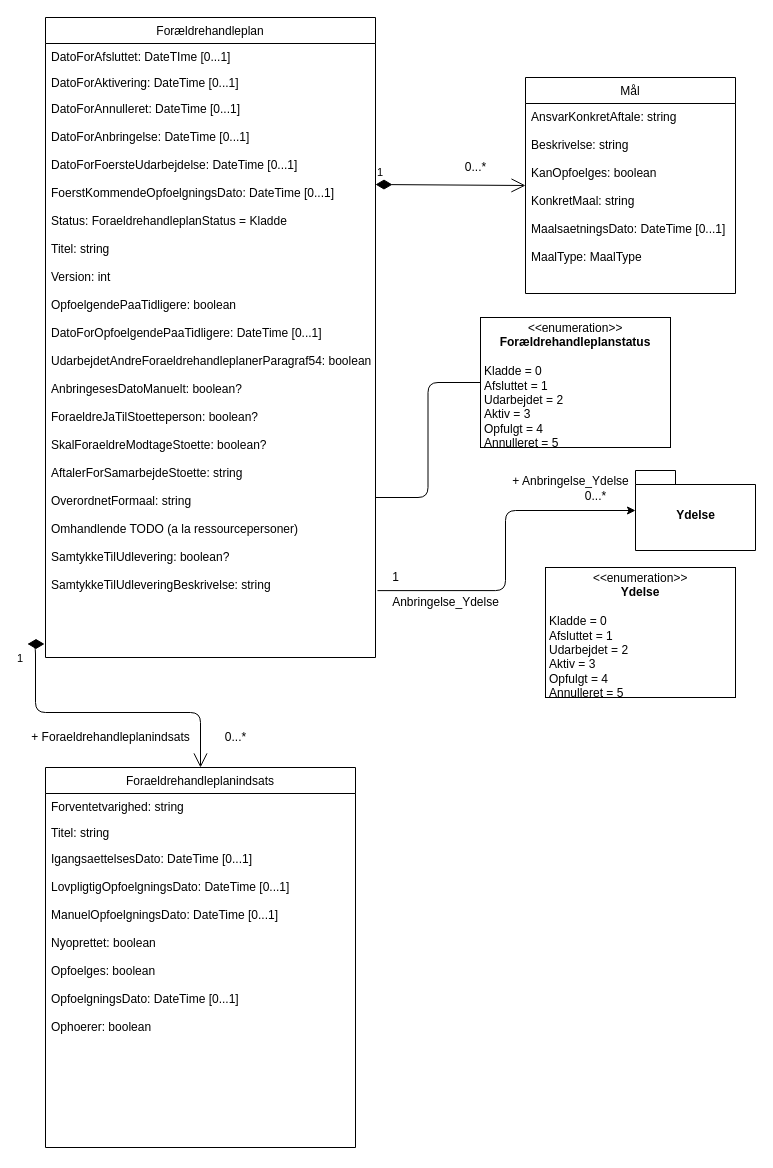
This is Untitled Diagram.drawio from DanielMikkelsen/CompanyCarpool, a draw.io file, before an edit. Source tidied: cells renumbered, new cells numbered last; positions are measured from the earlier drawing's top-left corner, leaving out a move shared by most shapes. Both pictures are drawn from the tidied source at 100%, with x=0, y=0 at pixel (25, 17).
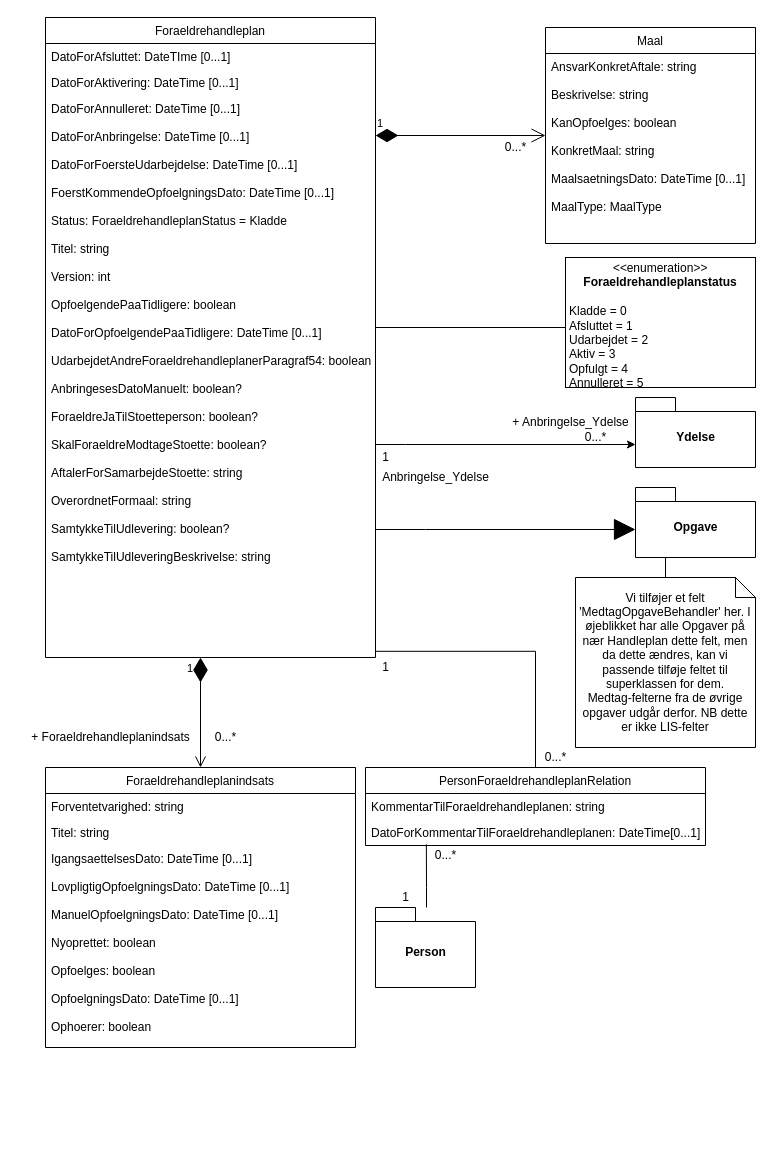
After the change.

The edit, as a diff of the source:
```diff
@@
-    <mxCell id="2" value="Forældrehandleplan" style="swimlane;fontStyle=0;align=center;verticalAlign=top;horizontal=1;startSize=26;rounded=0;shadow=0;strokeWidth=1;" parent="1" vertex="1">
+    <mxCell id="2" value="Foraeldrehandleplan" style="swimlane;fontStyle=0;align=center;verticalAlign=top;horizontal=1;startSize=26;rounded=0;shadow=0;strokeWidth=1;" parent="1" vertex="1">
       <mxGeometry x="20" width="330" height="640" as="geometry" />
     </mxCell>
@@
-    <mxCell id="5" value="DatoForAnnulleret: DateTime [0...1]&#10;&#10;DatoForAnbringelse: DateTime [0...1]&#10;&#10;DatoForFoersteUdarbejdelse: DateTime [0...1]&#10;&#10;FoerstKommendeOpfoelgningsDato: DateTime [0...1]&#10;&#10;Status: ForaeldrehandleplanStatus = Kladde&#10;&#10;Titel: string&#10;&#10;Version: int&#10;&#10;OpfoelgendePaaTidligere: boolean&#10;&#10;DatoForOpfoelgendePaaTidligere: DateTime [0...1]&#10;&#10;UdarbejdetAndreForaeldrehandleplanerParagraf54: boolean&#10;&#10;AnbringesesDatoManuelt: boolean?&#10;&#10;ForaeldreJaTilStoetteperson: boolean?&#10;&#10;SkalForaeldreModtageStoette: boolean?&#10;&#10;AftalerForSamarbejdeStoette: string&#10;&#10;OverordnetFormaal: string&#10;&#10;Omhandlende TODO (a la ressourcepersoner)&#10;&#10;SamtykkeTilUdlevering: boolean?&#10;&#10;SamtykkeTilUdleveringBeskrivelse: string&#10;&#10;" style="text;align=left;verticalAlign=top;spacingLeft=4;spacingRight=4;overflow=hidden;points=[[0,0.5],[1,0.5]];portConstraint=eastwest;rounded=0;shadow=0;html=0;" parent="2" vertex="1">
+    <mxCell id="5" value="DatoForAnnulleret: DateTime [0...1]&#10;&#10;DatoForAnbringelse: DateTime [0...1]&#10;&#10;DatoForFoersteUdarbejdelse: DateTime [0...1]&#10;&#10;FoerstKommendeOpfoelgningsDato: DateTime [0...1]&#10;&#10;Status: ForaeldrehandleplanStatus = Kladde&#10;&#10;Titel: string&#10;&#10;Version: int&#10;&#10;OpfoelgendePaaTidligere: boolean&#10;&#10;DatoForOpfoelgendePaaTidligere: DateTime [0...1]&#10;&#10;UdarbejdetAndreForaeldrehandleplanerParagraf54: boolean&#10;&#10;AnbringesesDatoManuelt: boolean?&#10;&#10;ForaeldreJaTilStoetteperson: boolean?&#10;&#10;SkalForaeldreModtageStoette: boolean?&#10;&#10;AftalerForSamarbejdeStoette: string&#10;&#10;OverordnetFormaal: string&#10;&#10;SamtykkeTilUdlevering: boolean?&#10;&#10;SamtykkeTilUdleveringBeskrivelse: string&#10;&#10;" style="text;align=left;verticalAlign=top;spacingLeft=4;spacingRight=4;overflow=hidden;points=[[0,0.5],[1,0.5]];portConstraint=eastwest;rounded=0;shadow=0;html=0;" parent="2" vertex="1">
       <mxGeometry y="78" width="330" height="562" as="geometry" />
     </mxCell>
-    <mxCell id="6" value="Mål" style="swimlane;fontStyle=0;align=center;verticalAlign=top;horizontal=1;startSize=26;rounded=0;shadow=0;strokeWidth=1;" parent="1" vertex="1">
-      <mxGeometry x="500" y="60" width="210" height="216" as="geometry" />
+    <mxCell id="6" value="Maal" style="swimlane;fontStyle=0;align=center;verticalAlign=top;horizontal=1;startSize=26;rounded=0;shadow=0;strokeWidth=1;" parent="1" vertex="1">
+      <mxGeometry x="520" y="10" width="210" height="216" as="geometry" />
     </mxCell>
@@
-    <mxCell id="8" value="1" style="endArrow=open;html=1;endSize=12;startArrow=diamondThin;startSize=14;startFill=1;edgeStyle=orthogonalEdgeStyle;align=left;verticalAlign=bottom;rounded=0;entryX=0;entryY=0.5;entryDx=0;entryDy=0;" parent="6" edge="1" target="6">
-      <mxGeometry x="-1" y="3" relative="1" as="geometry">
-        <mxPoint x="-150" y="107" as="sourcePoint" />
-      </mxGeometry>
-    </mxCell>
     <mxCell id="9" value="0...*" style="text;html=1;align=center;verticalAlign=middle;" parent="1" vertex="1">
-      <mxGeometry x="430" y="140" width="40" height="20" as="geometry" />
+      <mxGeometry x="470" y="120" width="40" height="20" as="geometry" />
     </mxCell>
-    <mxCell id="10" style="edgeStyle=orthogonalEdgeStyle;rounded=1;jettySize=auto;html=1;entryX=1;entryY=0.75;entryDx=0;entryDy=0;endArrow=none;endFill=0;" parent="1" edge="1" source="11" target="2">
-      <mxGeometry relative="1" as="geometry" />
+    <mxCell id="10" style="edgeStyle=orthogonalEdgeStyle;rounded=0;jettySize=auto;html=1;entryX=1;entryY=0.75;entryDx=0;entryDy=0;endArrow=none;endFill=0;" parent="1" edge="1" source="11" target="2">
+      <mxGeometry relative="1" as="geometry">
+        <Array as="points">
+          <mxPoint x="350" y="310" />
+        </Array>
+      </mxGeometry>
     </mxCell>
-    <mxCell id="11" value="&lt;p style=&quot;margin: 0px ; margin-top: 4px ; text-align: center&quot;&gt;&lt;i&gt;&amp;lt;&amp;lt;&lt;/i&gt;enumeration&lt;i&gt;&amp;gt;&amp;gt;&lt;/i&gt;&lt;br&gt;&lt;/p&gt;&lt;b&gt;&lt;div style=&quot;text-align: center&quot;&gt;&lt;b&gt;Forældrehandleplanstatus&lt;/b&gt;&lt;/div&gt;&lt;/b&gt;&lt;p style=&quot;margin: 0px ; margin-left: 4px&quot;&gt;&lt;br&gt;&lt;/p&gt;&lt;p style=&quot;margin: 0px ; margin-left: 4px&quot;&gt;Kladde = 0&lt;br&gt;Afsluttet = 1&lt;/p&gt;&lt;p style=&quot;margin: 0px ; margin-left: 4px&quot;&gt;Udarbejdet = 2&lt;/p&gt;&lt;p style=&quot;margin: 0px ; margin-left: 4px&quot;&gt;Aktiv = 3&lt;/p&gt;&lt;p style=&quot;margin: 0px ; margin-left: 4px&quot;&gt;Opfulgt = 4&lt;/p&gt;&lt;p style=&quot;margin: 0px ; margin-left: 4px&quot;&gt;Annulleret = 5&lt;/p&gt;&lt;hr size=&quot;1&quot;&gt;&lt;p style=&quot;margin: 0px ; margin-left: 4px&quot;&gt;&lt;br&gt;&lt;/p&gt;" style="verticalAlign=top;align=left;overflow=fill;fontSize=12;fontFamily=Helvetica;html=1;" parent="1" vertex="1">
-      <mxGeometry x="455" y="300" width="190" height="130" as="geometry" />
+    <mxCell id="11" value="&lt;p style=&quot;margin: 0px ; margin-top: 4px ; text-align: center&quot;&gt;&lt;i&gt;&amp;lt;&amp;lt;&lt;/i&gt;enumeration&lt;i&gt;&amp;gt;&amp;gt;&lt;/i&gt;&lt;br&gt;&lt;/p&gt;&lt;b&gt;&lt;div style=&quot;text-align: center&quot;&gt;&lt;b&gt;Foraeldrehandleplanstatus&lt;/b&gt;&lt;/div&gt;&lt;/b&gt;&lt;p style=&quot;margin: 0px ; margin-left: 4px&quot;&gt;&lt;br&gt;&lt;/p&gt;&lt;p style=&quot;margin: 0px ; margin-left: 4px&quot;&gt;Kladde = 0&lt;br&gt;Afsluttet = 1&lt;/p&gt;&lt;p style=&quot;margin: 0px ; margin-left: 4px&quot;&gt;Udarbejdet = 2&lt;/p&gt;&lt;p style=&quot;margin: 0px ; margin-left: 4px&quot;&gt;Aktiv = 3&lt;/p&gt;&lt;p style=&quot;margin: 0px ; margin-left: 4px&quot;&gt;Opfulgt = 4&lt;/p&gt;&lt;p style=&quot;margin: 0px ; margin-left: 4px&quot;&gt;Annulleret = 5&lt;/p&gt;&lt;hr size=&quot;1&quot;&gt;&lt;p style=&quot;margin: 0px ; margin-left: 4px&quot;&gt;&lt;br&gt;&lt;/p&gt;" style="verticalAlign=top;align=left;overflow=fill;fontSize=12;fontFamily=Helvetica;html=1;" parent="1" vertex="1">
+      <mxGeometry x="540" y="240" width="190" height="130" as="geometry" />
     </mxCell>
     <mxCell id="12" value="Foraeldrehandleplanindsats" style="swimlane;fontStyle=0;horizontal=1;startSize=26;fillColor=none;" parent="1" vertex="1">
-      <mxGeometry x="20" y="750" width="310" height="380" as="geometry" />
+      <mxGeometry x="20" y="750" width="310" height="280" as="geometry" />
     </mxCell>
@@
     <mxCell id="15" value="IgangsaettelsesDato: DateTime [0...1]&#10;&#10;LovpligtigOpfoelgningsDato: DateTime [0...1]&#10;&#10;ManuelOpfoelgningsDato: DateTime [0...1]&#10;&#10;Nyoprettet: boolean&#10;&#10;Opfoelges: boolean&#10;&#10;OpfoelgningsDato: DateTime [0...1]&#10;&#10;Ophoerer: boolean" style="text;strokeColor=none;fillColor=none;align=left;verticalAlign=top;spacingLeft=4;spacingRight=4;overflow=hidden;" parent="12" vertex="1">
-      <mxGeometry y="78" width="310" height="302" as="geometry" />
+      <mxGeometry y="78" width="310" height="202" as="geometry" />
     </mxCell>
     <mxCell id="16" value="Ydelse" style="shape=folder;fontStyle=1;spacingTop=10;tabWidth=40;tabHeight=14;tabPosition=left;html=1;" parent="1" vertex="1">
-      <mxGeometry x="610" y="453" width="120" height="80" as="geometry" />
+      <mxGeometry x="610" y="380" width="120" height="70" as="geometry" />
     </mxCell>
-    <mxCell id="17" style="edgeStyle=orthogonalEdgeStyle;rounded=1;jettySize=auto;html=1;endArrow=classic;endFill=1;exitX=1.006;exitY=0.881;exitDx=0;exitDy=0;exitPerimeter=0;" parent="1" edge="1" source="5" target="16">
-      <mxGeometry relative="1" as="geometry" />
+    <mxCell id="17" style="edgeStyle=orthogonalEdgeStyle;rounded=0;jettySize=auto;html=1;endArrow=classic;endFill=1;entryX=0;entryY=0;entryDx=0;entryDy=47;entryPerimeter=0;" parent="1" edge="1" target="16">
+      <mxGeometry relative="1" as="geometry">
+        <mxPoint x="350" y="427" as="sourcePoint" />
+        <Array as="points">
+          <mxPoint x="380" y="427" />
+          <mxPoint x="380" y="427" />
+        </Array>
+      </mxGeometry>
     </mxCell>
     <mxCell id="18" value="0...*" style="text;html=1;align=center;verticalAlign=middle;" parent="1" vertex="1">
-      <mxGeometry x="550" y="469" width="40" height="20" as="geometry" />
+      <mxGeometry x="550" y="410" width="40" height="20" as="geometry" />
     </mxCell>
     <mxCell id="19" value="1" style="text;html=1;align=center;verticalAlign=middle;" parent="1" vertex="1">
-      <mxGeometry x="360" y="550" width="20" height="20" as="geometry" />
+      <mxGeometry x="350" y="430" width="20" height="20" as="geometry" />
     </mxCell>
     <mxCell id="20" value="+ Anbringelse_Ydelse" style="text;html=1;align=center;verticalAlign=middle;" parent="1" vertex="1">
-      <mxGeometry x="480" y="454" width="130" height="20" as="geometry" />
+      <mxGeometry x="480" y="395" width="130" height="20" as="geometry" />
     </mxCell>
     <mxCell id="21" value="Anbringelse_Ydelse" style="text;html=1;align=center;verticalAlign=middle;" parent="1" vertex="1">
-      <mxGeometry x="360" y="575" width="120" height="20" as="geometry" />
+      <mxGeometry x="350" y="450" width="120" height="20" as="geometry" />
     </mxCell>
-    <mxCell id="22" value="1" style="endArrow=open;html=1;endSize=12;startArrow=diamondThin;startSize=14;startFill=1;edgeStyle=orthogonalEdgeStyle;align=left;verticalAlign=bottom;strokeWidth=1;entryX=0.5;entryY=0;entryDx=0;entryDy=0;exitX=-0.003;exitY=0.976;exitDx=0;exitDy=0;exitPerimeter=0;" parent="1" edge="1" source="5" target="12">
-      <mxGeometry x="-0.78" y="-20" relative="1" as="geometry" />
+    <mxCell id="22" value="1" style="endArrow=open;html=1;endSize=9;startArrow=diamondThin;startSize=22;startFill=1;edgeStyle=orthogonalEdgeStyle;align=left;verticalAlign=bottom;strokeWidth=1;entryX=0.5;entryY=0;entryDx=0;entryDy=0;" parent="1" edge="1" source="5" target="12">
+      <mxGeometry x="-0.64" y="-15" relative="1" as="geometry">
+        <Array as="points">
+          <mxPoint x="175" y="650" />
+          <mxPoint x="175" y="650" />
+        </Array>
+      </mxGeometry>
     </mxCell>
     <mxCell id="23" value="0...*" style="text;html=1;align=center;verticalAlign=middle;" parent="1" vertex="1">
-      <mxGeometry x="190" y="710" width="40" height="20" as="geometry" />
+      <mxGeometry x="180" y="710" width="40" height="20" as="geometry" />
     </mxCell>
@@
-    <mxCell id="25" value="&lt;p style=&quot;margin: 0px ; margin-top: 4px ; text-align: center&quot;&gt;&lt;i&gt;&amp;lt;&amp;lt;&lt;/i&gt;enumeration&lt;i&gt;&amp;gt;&amp;gt;&lt;/i&gt;&lt;br&gt;&lt;/p&gt;&lt;b&gt;&lt;div style=&quot;text-align: center&quot;&gt;&lt;b&gt;Ydelse&lt;/b&gt;&lt;/div&gt;&lt;/b&gt;&lt;p style=&quot;margin: 0px ; margin-left: 4px&quot;&gt;&lt;br&gt;&lt;/p&gt;&lt;p style=&quot;margin: 0px ; margin-left: 4px&quot;&gt;Kladde = 0&lt;br&gt;Afsluttet = 1&lt;/p&gt;&lt;p style=&quot;margin: 0px ; margin-left: 4px&quot;&gt;Udarbejdet = 2&lt;/p&gt;&lt;p style=&quot;margin: 0px ; margin-left: 4px&quot;&gt;Aktiv = 3&lt;/p&gt;&lt;p style=&quot;margin: 0px ; margin-left: 4px&quot;&gt;Opfulgt = 4&lt;/p&gt;&lt;p style=&quot;margin: 0px ; margin-left: 4px&quot;&gt;Annulleret = 5&lt;/p&gt;&lt;hr size=&quot;1&quot;&gt;&lt;p style=&quot;margin: 0px ; margin-left: 4px&quot;&gt;&lt;br&gt;&lt;/p&gt;" style="verticalAlign=top;align=left;overflow=fill;fontSize=12;fontFamily=Helvetica;html=1;" parent="1" vertex="1">
-      <mxGeometry x="520" y="550" width="190" height="130" as="geometry" />
-    </mxCell>
+    <mxCell id="26" style="edgeStyle=orthogonalEdgeStyle;rounded=0;jettySize=auto;html=1;entryX=1;entryY=0.989;entryDx=0;entryDy=0;entryPerimeter=0;endArrow=none;endFill=0;strokeColor=#000000;" parent="1" edge="1" source="27" target="5">
+      <mxGeometry relative="1" as="geometry" />
+    </mxCell>
+    <mxCell id="27" value="PersonForaeldrehandleplanRelation" style="swimlane;fontStyle=0;horizontal=1;startSize=26;fillColor=none;" parent="1" vertex="1">
+      <mxGeometry x="340" y="750" width="340" height="78" as="geometry" />
+    </mxCell>
+    <mxCell id="28" value="KommentarTilForaeldrehandleplanen: string" style="text;strokeColor=none;fillColor=none;align=left;verticalAlign=top;spacingLeft=4;spacingRight=4;overflow=hidden;" parent="27" vertex="1">
+      <mxGeometry y="26" width="340" height="26" as="geometry" />
+    </mxCell>
+    <mxCell id="29" value="DatoForKommentarTilForaeldrehandleplanen: DateTime[0...1]" style="text;strokeColor=none;fillColor=none;align=left;verticalAlign=top;spacingLeft=4;spacingRight=4;overflow=hidden;points=[[0,0.5],[1,0.5]];portConstraint=eastwest;" parent="27" vertex="1">
+      <mxGeometry y="52" width="340" height="26" as="geometry" />
+    </mxCell>
+    <mxCell id="30" style="edgeStyle=orthogonalEdgeStyle;rounded=0;jettySize=auto;html=1;entryX=0.179;entryY=0.962;entryDx=0;entryDy=0;entryPerimeter=0;strokeColor=#000000;endArrow=none;endFill=0;" parent="1" edge="1" source="31" target="29">
+      <mxGeometry relative="1" as="geometry">
+        <Array as="points">
+          <mxPoint x="401" y="870" />
+          <mxPoint x="401" y="870" />
+        </Array>
+      </mxGeometry>
+    </mxCell>
+    <mxCell id="31" value="Person" style="shape=folder;fontStyle=1;spacingTop=10;tabWidth=40;tabHeight=14;tabPosition=left;html=1;" parent="1" vertex="1">
+      <mxGeometry x="350" y="890" width="100" height="80" as="geometry" />
+    </mxCell>
+    <mxCell id="8" value="1" style="endArrow=open;html=1;endSize=12;startArrow=diamondThin;startSize=20;startFill=1;edgeStyle=orthogonalEdgeStyle;align=left;verticalAlign=bottom;rounded=0;entryX=0;entryY=0.5;entryDx=0;entryDy=0;" parent="1" edge="1" source="5" target="6">
+      <mxGeometry x="-1" y="3" relative="1" as="geometry">
+        <Array as="points">
+          <mxPoint x="360" y="118" />
+          <mxPoint x="360" y="118" />
+        </Array>
+      </mxGeometry>
+    </mxCell>
+    <mxCell id="32" value="0...*" style="text;html=1;align=center;verticalAlign=middle;" parent="1" vertex="1">
+      <mxGeometry x="400" y="828" width="40" height="20" as="geometry" />
+    </mxCell>
+    <mxCell id="33" value="1" style="text;html=1;align=center;verticalAlign=middle;" parent="1" vertex="1">
+      <mxGeometry x="370" y="870" width="20" height="20" as="geometry" />
+    </mxCell>
+    <mxCell id="34" value="0...*" style="text;html=1;align=center;verticalAlign=middle;" parent="1" vertex="1">
+      <mxGeometry x="510" y="730" width="40" height="20" as="geometry" />
+    </mxCell>
+    <mxCell id="35" value="1" style="text;html=1;align=center;verticalAlign=middle;" parent="1" vertex="1">
+      <mxGeometry x="350" y="640" width="20" height="20" as="geometry" />
+    </mxCell>
+    <mxCell id="36" value="Opgave" style="shape=folder;fontStyle=1;spacingTop=10;tabWidth=40;tabHeight=14;tabPosition=left;html=1;" parent="1" vertex="1">
+      <mxGeometry x="610" y="470" width="120" height="70" as="geometry" />
+    </mxCell>
+    <mxCell id="37" style="edgeStyle=orthogonalEdgeStyle;rounded=0;jettySize=auto;html=1;entryX=0;entryY=0;entryDx=0;entryDy=42;entryPerimeter=0;endArrow=block;endFill=1;strokeColor=#000000;endSize=19;" parent="1" edge="1" source="5" target="36">
+      <mxGeometry relative="1" as="geometry">
+        <Array as="points">
+          <mxPoint x="400" y="512" />
+          <mxPoint x="400" y="512" />
+        </Array>
+      </mxGeometry>
+    </mxCell>
+    <mxCell id="38" style="edgeStyle=orthogonalEdgeStyle;rounded=0;jettySize=auto;html=1;entryX=0.5;entryY=1;entryDx=0;entryDy=0;entryPerimeter=0;startSize=20;endArrow=none;endFill=0;endSize=9;strokeColor=#000000;" parent="1" edge="1" source="39" target="36">
+      <mxGeometry relative="1" as="geometry" />
+    </mxCell>
+    <mxCell id="39" value="Vi tilføjer et felt 'MedtagOpgaveBehandler' her. I øjeblikket har alle Opgaver på nær Handleplan dette felt, men da dette ændres, kan vi passende tilføje feltet til superklassen for dem.&lt;br&gt;Medtag-felterne fra de øvrige opgaver udgår derfor. NB dette er ikke LIS-felter" style="shape=note;size=20;whiteSpace=wrap;html=1;" parent="1" vertex="1">
+      <mxGeometry x="550" y="560" width="180" height="170" as="geometry" />
+    </mxCell>
```
